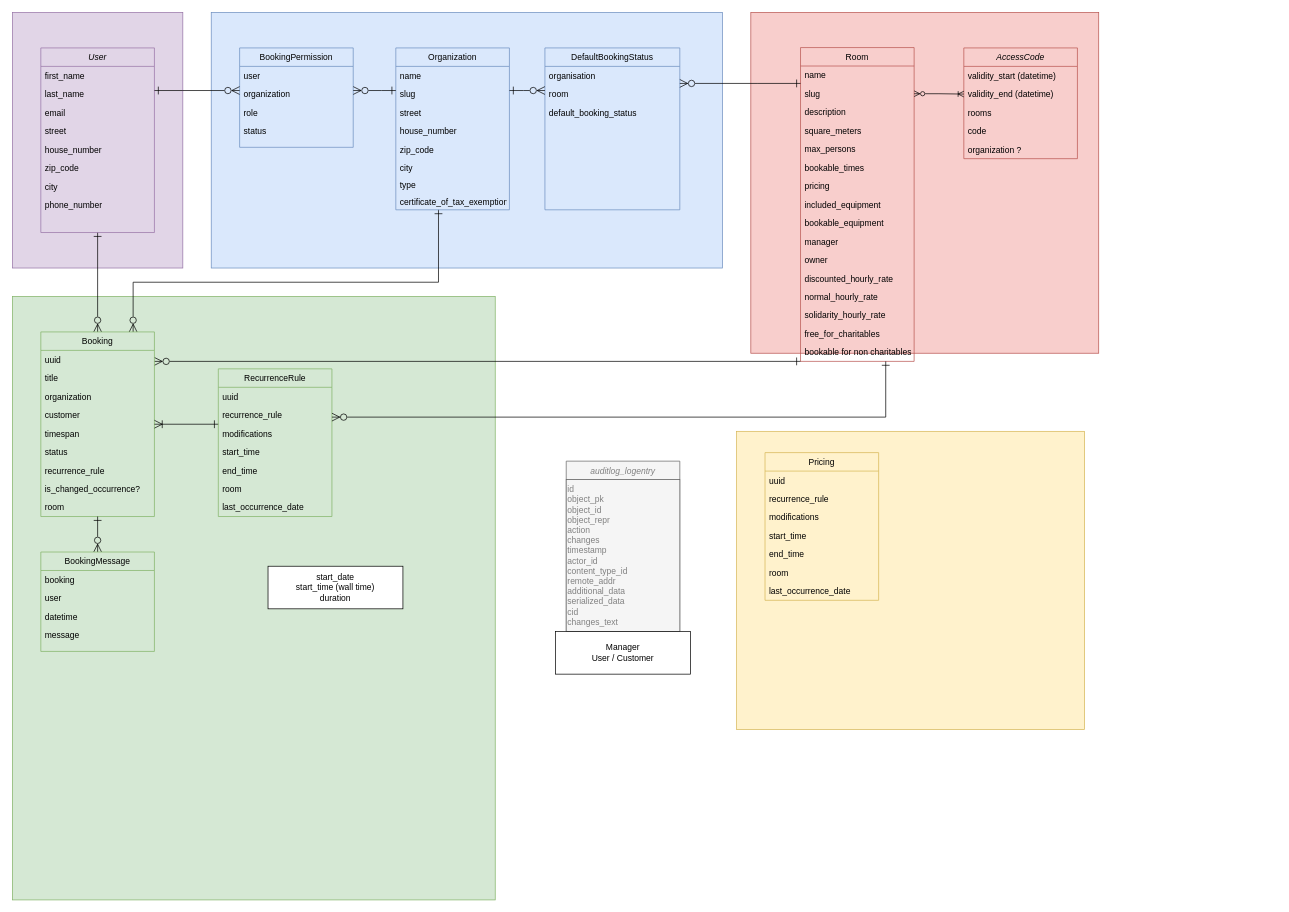
Above: docs/modelling/erd-v1.1.6-pricing.drawio in Haus-des-Engagements/re-sharing (draw.io), before the change. Source tidied: cells renumbered, new cells numbered last; positions are measured from the earlier drawing's top-left corner, leaving out a move shared by most shapes. Both pictures are drawn from the tidied source at 71%, with x=0, y=0 at pixel (12, 12).
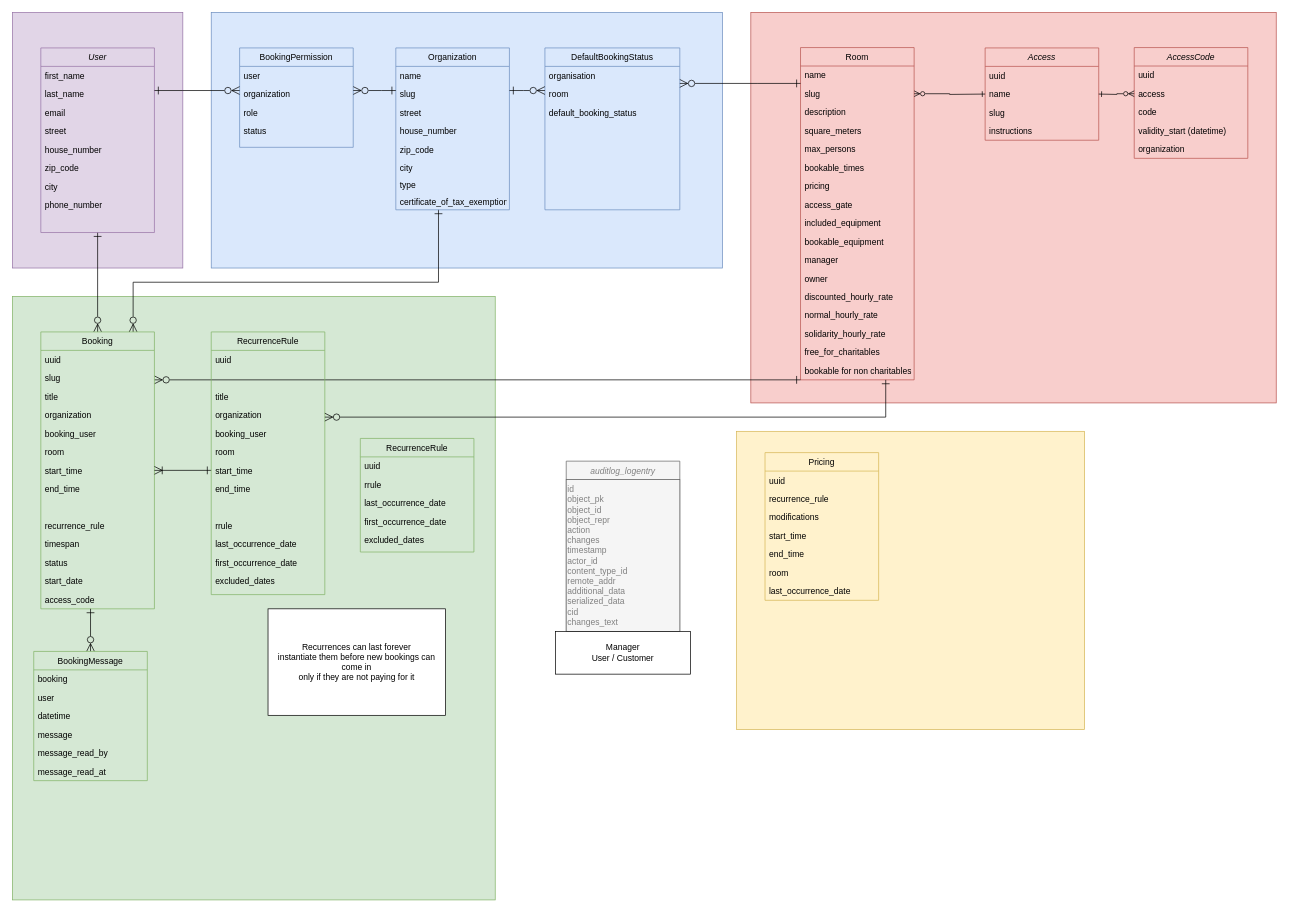
After the change.

The change refers to these unchanged cells:
```xml
<mxCell id="28" value="slug" style="text;align=left;verticalAlign=top;spacingLeft=4;spacingRight=4;overflow=hidden;points=[[0,0.5],[1,0.5]];portConstraint=eastwest;rounded=0;shadow=0;html=0;" parent="26" vertex="1">
  <mxGeometry y="52" width="160" height="26" as="geometry" />
</mxCell>
```

The edit, as a diff of the source:
```diff
@@
     <mxCell id="3" style="whiteSpace=wrap;html=1;fillColor=#f8cecc;strokeColor=#b85450;" parent="1" vertex="1">
-      <mxGeometry x="1040" width="490" height="480" as="geometry" />
+      <mxGeometry x="1040" width="740" height="550" as="geometry" />
     </mxCell>
@@
     <mxCell id="26" value="Room" style="swimlane;fontStyle=0;align=center;verticalAlign=top;horizontal=1;startSize=26;rounded=0;shadow=0;strokeWidth=1;fillColor=#f8cecc;strokeColor=#b85450;" parent="1" vertex="1">
-      <mxGeometry x="1110" y="49.5" width="160" height="442" as="geometry" />
+      <mxGeometry x="1110" y="49.5" width="160" height="468" as="geometry" />
     </mxCell>
@@
+    <mxCell id="103" value="access_gate" style="text;align=left;verticalAlign=top;spacingLeft=4;spacingRight=4;overflow=hidden;rounded=0;shadow=0;html=0;" parent="26" vertex="1">
+      <mxGeometry y="208" width="160" height="26" as="geometry" />
+    </mxCell>
     <mxCell id="34" value="included_equipment" style="text;align=left;verticalAlign=top;spacingLeft=4;spacingRight=4;overflow=hidden;rounded=0;shadow=0;html=0;" parent="26" vertex="1">
-      <mxGeometry y="208" width="160" height="26" as="geometry" />
+      <mxGeometry y="234" width="160" height="26" as="geometry" />
     </mxCell>
     <mxCell id="35" value="bookable_equipment" style="text;align=left;verticalAlign=top;spacingLeft=4;spacingRight=4;overflow=hidden;rounded=0;shadow=0;html=0;" parent="26" vertex="1">
-      <mxGeometry y="234" width="160" height="26" as="geometry" />
+      <mxGeometry y="260" width="160" height="26" as="geometry" />
     </mxCell>
     <mxCell id="36" value="manager" style="text;align=left;verticalAlign=top;spacingLeft=4;spacingRight=4;overflow=hidden;rounded=0;shadow=0;html=0;" parent="26" vertex="1">
-      <mxGeometry y="260" width="160" height="26" as="geometry" />
+      <mxGeometry y="286" width="160" height="26" as="geometry" />
     </mxCell>
     <mxCell id="37" value="owner" style="text;align=left;verticalAlign=top;spacingLeft=4;spacingRight=4;overflow=hidden;rounded=0;shadow=0;html=0;" parent="26" vertex="1">
-      <mxGeometry y="286" width="160" height="26" as="geometry" />
+      <mxGeometry y="312" width="160" height="26" as="geometry" />
     </mxCell>
     <mxCell id="38" value="discounted_hourly_rate" style="text;align=left;verticalAlign=top;spacingLeft=4;spacingRight=4;overflow=hidden;rounded=0;shadow=0;html=0;" parent="26" vertex="1">
-      <mxGeometry y="312" width="160" height="26" as="geometry" />
+      <mxGeometry y="338" width="160" height="26" as="geometry" />
     </mxCell>
     <mxCell id="39" value="normal_hourly_rate" style="text;align=left;verticalAlign=top;spacingLeft=4;spacingRight=4;overflow=hidden;rounded=0;shadow=0;html=0;" parent="26" vertex="1">
-      <mxGeometry y="338" width="160" height="26" as="geometry" />
+      <mxGeometry y="364" width="160" height="26" as="geometry" />
     </mxCell>
     <mxCell id="40" value="solidarity_hourly_rate" style="text;align=left;verticalAlign=top;spacingLeft=4;spacingRight=4;overflow=hidden;rounded=0;shadow=0;html=0;" parent="26" vertex="1">
-      <mxGeometry y="364" width="160" height="26" as="geometry" />
+      <mxGeometry y="390" width="160" height="26" as="geometry" />
     </mxCell>
     <mxCell id="41" value="free_for_charitables" style="text;align=left;verticalAlign=top;spacingLeft=4;spacingRight=4;overflow=hidden;rounded=0;shadow=0;html=0;" parent="26" vertex="1">
-      <mxGeometry y="390" width="160" height="26" as="geometry" />
+      <mxGeometry y="416" width="160" height="26" as="geometry" />
     </mxCell>
     <mxCell id="42" value="bookable for non charitables" style="text;align=left;verticalAlign=top;spacingLeft=4;spacingRight=4;overflow=hidden;rounded=0;shadow=0;html=0;" parent="26" vertex="1">
-      <mxGeometry y="416" width="160" height="26" as="geometry" />
+      <mxGeometry y="442" width="160" height="26" as="geometry" />
     </mxCell>
@@
     <mxCell id="46" value="Booking" style="swimlane;fontStyle=0;align=center;verticalAlign=top;horizontal=1;startSize=26;rounded=0;shadow=0;strokeWidth=1;fillColor=#d5e8d4;strokeColor=#82b366;" parent="1" vertex="1">
-      <mxGeometry x="40" y="450" width="160" height="260" as="geometry" />
+      <mxGeometry x="40" y="450" width="160" height="390" as="geometry" />
     </mxCell>
@@
+    <mxCell id="104" value="slug" style="text;align=left;verticalAlign=top;spacingLeft=4;spacingRight=4;overflow=hidden;" parent="46" vertex="1">
+      <mxGeometry y="52" width="160" height="26" as="geometry" />
+    </mxCell>
     <mxCell id="48" value="title" style="text;align=left;verticalAlign=top;spacingLeft=4;spacingRight=4;overflow=hidden;" parent="46" vertex="1">
-      <mxGeometry y="52" width="160" height="26" as="geometry" />
+      <mxGeometry y="78" width="160" height="26" as="geometry" />
     </mxCell>
     <mxCell id="49" value="organization" style="text;align=left;verticalAlign=top;spacingLeft=4;spacingRight=4;overflow=hidden;" parent="46" vertex="1">
-      <mxGeometry y="78" width="160" height="26" as="geometry" />
+      <mxGeometry y="104" width="160" height="26" as="geometry" />
     </mxCell>
-    <mxCell id="50" value="customer" style="text;align=left;verticalAlign=top;spacingLeft=4;spacingRight=4;overflow=hidden;" parent="46" vertex="1">
-      <mxGeometry y="104" width="160" height="26" as="geometry" />
+    <mxCell id="50" value="booking_user" style="text;align=left;verticalAlign=top;spacingLeft=4;spacingRight=4;overflow=hidden;" parent="46" vertex="1">
+      <mxGeometry y="130" width="160" height="26" as="geometry" />
     </mxCell>
+    <mxCell id="105" value="room" style="text;align=left;verticalAlign=top;spacingLeft=4;spacingRight=4;overflow=hidden;" parent="46" vertex="1">
+      <mxGeometry y="156" width="160" height="26" as="geometry" />
+    </mxCell>
+    <mxCell id="106" value="start_time" style="text;align=left;verticalAlign=top;spacingLeft=4;spacingRight=4;overflow=hidden;" parent="46" vertex="1">
+      <mxGeometry y="182" width="160" height="26" as="geometry" />
+    </mxCell>
+    <mxCell id="107" value="end_time" style="text;align=left;verticalAlign=top;spacingLeft=4;spacingRight=4;overflow=hidden;" parent="46" vertex="1">
+      <mxGeometry y="208" width="160" height="26" as="geometry" />
+    </mxCell>
+    <mxCell id="108" style="text;align=left;verticalAlign=top;spacingLeft=4;spacingRight=4;overflow=hidden;" parent="46" vertex="1">
+      <mxGeometry y="234" width="160" height="26" as="geometry" />
+    </mxCell>
+    <mxCell id="109" value="recurrence_rule" style="text;align=left;verticalAlign=top;spacingLeft=4;spacingRight=4;overflow=hidden;" parent="46" vertex="1">
+      <mxGeometry y="260" width="160" height="26" as="geometry" />
+    </mxCell>
     <mxCell id="51" value="timespan" style="text;align=left;verticalAlign=top;spacingLeft=4;spacingRight=4;overflow=hidden;rounded=0;shadow=0;html=0;" parent="46" vertex="1">
-      <mxGeometry y="130" width="160" height="26" as="geometry" />
+      <mxGeometry y="286" width="160" height="26" as="geometry" />
     </mxCell>
     <mxCell id="52" value="status&#10;" style="text;align=left;verticalAlign=top;spacingLeft=4;spacingRight=4;overflow=hidden;rounded=0;shadow=0;html=0;" parent="46" vertex="1">
-      <mxGeometry y="156" width="160" height="26" as="geometry" />
+      <mxGeometry y="312" width="160" height="26" as="geometry" />
     </mxCell>
-    <mxCell id="53" value="recurrence_rule" style="text;align=left;verticalAlign=top;spacingLeft=4;spacingRight=4;overflow=hidden;rounded=0;shadow=0;html=0;" parent="46" vertex="1">
-      <mxGeometry y="182" width="160" height="26" as="geometry" />
-    </mxCell>
-    <mxCell id="54" value="is_changed_occurrence?" style="text;align=left;verticalAlign=top;spacingLeft=4;spacingRight=4;overflow=hidden;rounded=0;shadow=0;html=0;" parent="46" vertex="1">
-      <mxGeometry y="208" width="160" height="26" as="geometry" />
-    </mxCell>
-    <mxCell id="55" value="room" style="text;align=left;verticalAlign=top;spacingLeft=4;spacingRight=4;overflow=hidden;rounded=0;shadow=0;html=0;" parent="46" vertex="1">
-      <mxGeometry y="234" width="160" height="26" as="geometry" />
-    </mxCell>
+    <mxCell id="110" value="start_date" style="text;align=left;verticalAlign=top;spacingLeft=4;spacingRight=4;overflow=hidden;rounded=0;shadow=0;html=0;" parent="46" vertex="1">
+      <mxGeometry y="338" width="160" height="26" as="geometry" />
+    </mxCell>
+    <mxCell id="111" value="access_code" style="text;align=left;verticalAlign=top;spacingLeft=4;spacingRight=4;overflow=hidden;rounded=0;shadow=0;html=0;" parent="46" vertex="1">
+      <mxGeometry y="364" width="160" height="26" as="geometry" />
+    </mxCell>
@@
     <mxCell id="58" value="BookingMessage" style="swimlane;fontStyle=0;align=center;verticalAlign=top;horizontal=1;startSize=26;rounded=0;shadow=0;strokeWidth=1;fillColor=#d5e8d4;strokeColor=#82b366;" parent="1" vertex="1">
-      <mxGeometry x="40" y="760" width="160" height="140" as="geometry" />
+      <mxGeometry x="30" y="900" width="160" height="182" as="geometry" />
     </mxCell>
@@
+    <mxCell id="112" value="message_read_by" style="text;align=left;verticalAlign=top;spacingLeft=4;spacingRight=4;overflow=hidden;rounded=0;shadow=0;html=0;" parent="58" vertex="1">
+      <mxGeometry y="130" width="160" height="26" as="geometry" />
+    </mxCell>
+    <mxCell id="113" value="message_read_at" style="text;align=left;verticalAlign=top;spacingLeft=4;spacingRight=4;overflow=hidden;rounded=0;shadow=0;html=0;" parent="58" vertex="1">
+      <mxGeometry y="156" width="160" height="26" as="geometry" />
+    </mxCell>
@@
-    <mxCell id="77" value="AccessCode" style="swimlane;fontStyle=2;align=center;verticalAlign=top;horizontal=1;startSize=26;rounded=0;shadow=0;strokeWidth=1;fillColor=#f8cecc;strokeColor=#b85450;" parent="1" vertex="1">
-      <mxGeometry x="1340" y="50" width="160" height="156" as="geometry" />
-    </mxCell>
-    <mxCell id="78" value="validity_start (datetime)" style="text;align=left;verticalAlign=top;spacingLeft=4;spacingRight=4;overflow=hidden;" parent="77" vertex="1">
-      <mxGeometry y="26" width="160" height="26" as="geometry" />
-    </mxCell>
-    <mxCell id="79" value="validity_end (datetime)" style="text;align=left;verticalAlign=top;spacingLeft=4;spacingRight=4;overflow=hidden;points=[[0,0.5],[1,0.5]];portConstraint=eastwest;rounded=0;shadow=0;html=0;" parent="77" vertex="1">
-      <mxGeometry y="52" width="160" height="26" as="geometry" />
-    </mxCell>
-    <mxCell id="80" value="rooms" style="text;align=left;verticalAlign=top;spacingLeft=4;spacingRight=4;overflow=hidden;rounded=0;shadow=0;html=0;" parent="77" vertex="1">
-      <mxGeometry y="78" width="160" height="26" as="geometry" />
-    </mxCell>
-    <mxCell id="81" value="code" style="text;align=left;verticalAlign=top;spacingLeft=4;spacingRight=4;overflow=hidden;rounded=0;shadow=0;html=0;" parent="77" vertex="1">
-      <mxGeometry y="104" width="160" height="26" as="geometry" />
-    </mxCell>
-    <mxCell id="82" value="organization ?" style="text;align=left;verticalAlign=top;spacingLeft=4;spacingRight=4;overflow=hidden;rounded=0;shadow=0;html=0;" parent="77" vertex="1">
-      <mxGeometry y="130" width="160" height="26" as="geometry" />
-    </mxCell>
-    <mxCell id="83" style="edgeStyle=orthogonalEdgeStyle;rounded=0;jettySize=auto;html=1;startArrow=ERzeroToMany;startFill=0;endArrow=ERoneToMany;endFill=0;" parent="1" edge="1" source="28" target="79">
-      <mxGeometry relative="1" as="geometry" />
-    </mxCell>
     <mxCell id="84" value="RecurrenceRule" style="swimlane;fontStyle=0;align=center;verticalAlign=top;horizontal=1;startSize=26;rounded=0;shadow=0;strokeWidth=1;fillColor=#d5e8d4;strokeColor=#82b366;" parent="1" vertex="1">
-      <mxGeometry x="290" y="502" width="160" height="208" as="geometry" />
+      <mxGeometry x="280" y="450" width="160" height="370" as="geometry" />
     </mxCell>
@@
-    <mxCell id="86" value="recurrence_rule" style="text;align=left;verticalAlign=top;spacingLeft=4;spacingRight=4;overflow=hidden;rounded=0;shadow=0;html=0;" parent="84" vertex="1">
-      <mxGeometry y="52" width="160" height="26" as="geometry" />
-    </mxCell>
-    <mxCell id="87" value="modifications" style="text;align=left;verticalAlign=top;spacingLeft=4;spacingRight=4;overflow=hidden;rounded=0;shadow=0;html=0;" parent="84" vertex="1">
-      <mxGeometry y="78" width="160" height="26" as="geometry" />
-    </mxCell>
-    <mxCell id="88" value="start_time" style="text;align=left;verticalAlign=top;spacingLeft=4;spacingRight=4;overflow=hidden;rounded=0;shadow=0;html=0;" parent="84" vertex="1">
-      <mxGeometry y="104" width="160" height="26" as="geometry" />
-    </mxCell>
-    <mxCell id="89" value="end_time" style="text;align=left;verticalAlign=top;spacingLeft=4;spacingRight=4;overflow=hidden;rounded=0;shadow=0;html=0;" parent="84" vertex="1">
-      <mxGeometry y="130" width="160" height="26" as="geometry" />
-    </mxCell>
-    <mxCell id="90" value="room" style="text;align=left;verticalAlign=top;spacingLeft=4;spacingRight=4;overflow=hidden;rounded=0;shadow=0;html=0;" parent="84" vertex="1">
-      <mxGeometry y="156" width="160" height="26" as="geometry" />
-    </mxCell>
+    <mxCell id="114" style="text;align=left;verticalAlign=top;spacingLeft=4;spacingRight=4;overflow=hidden;" parent="84" vertex="1">
+      <mxGeometry y="52" width="160" height="26" as="geometry" />
+    </mxCell>
+    <mxCell id="115" value="title" style="text;align=left;verticalAlign=top;spacingLeft=4;spacingRight=4;overflow=hidden;" parent="84" vertex="1">
+      <mxGeometry y="78" width="160" height="26" as="geometry" />
+    </mxCell>
+    <mxCell id="116" value="organization" style="text;align=left;verticalAlign=top;spacingLeft=4;spacingRight=4;overflow=hidden;" parent="84" vertex="1">
+      <mxGeometry y="104" width="160" height="26" as="geometry" />
+    </mxCell>
+    <mxCell id="117" value="booking_user" style="text;align=left;verticalAlign=top;spacingLeft=4;spacingRight=4;overflow=hidden;" parent="84" vertex="1">
+      <mxGeometry y="130" width="160" height="26" as="geometry" />
+    </mxCell>
+    <mxCell id="118" value="room" style="text;align=left;verticalAlign=top;spacingLeft=4;spacingRight=4;overflow=hidden;" parent="84" vertex="1">
+      <mxGeometry y="156" width="160" height="26" as="geometry" />
+    </mxCell>
+    <mxCell id="119" value="start_time" style="text;align=left;verticalAlign=top;spacingLeft=4;spacingRight=4;overflow=hidden;" parent="84" vertex="1">
+      <mxGeometry y="182" width="160" height="26" as="geometry" />
+    </mxCell>
+    <mxCell id="120" value="end_time" style="text;align=left;verticalAlign=top;spacingLeft=4;spacingRight=4;overflow=hidden;" parent="84" vertex="1">
+      <mxGeometry y="208" width="160" height="26" as="geometry" />
+    </mxCell>
+    <mxCell id="121" style="text;align=left;verticalAlign=top;spacingLeft=4;spacingRight=4;overflow=hidden;" parent="84" vertex="1">
+      <mxGeometry y="234" width="160" height="26" as="geometry" />
+    </mxCell>
+    <mxCell id="122" value="rrule" style="text;align=left;verticalAlign=top;spacingLeft=4;spacingRight=4;overflow=hidden;" parent="84" vertex="1">
+      <mxGeometry y="260" width="160" height="26" as="geometry" />
+    </mxCell>
     <mxCell id="91" value="last_occurrence_date" style="text;align=left;verticalAlign=top;spacingLeft=4;spacingRight=4;overflow=hidden;rounded=0;shadow=0;html=0;" parent="84" vertex="1">
-      <mxGeometry y="182" width="160" height="26" as="geometry" />
+      <mxGeometry y="286" width="160" height="26" as="geometry" />
     </mxCell>
+    <mxCell id="123" value="first_occurrence_date" style="text;align=left;verticalAlign=top;spacingLeft=4;spacingRight=4;overflow=hidden;rounded=0;shadow=0;html=0;" parent="84" vertex="1">
+      <mxGeometry y="312" width="160" height="26" as="geometry" />
+    </mxCell>
+    <mxCell id="124" value="excluded_dates" style="text;align=left;verticalAlign=top;spacingLeft=4;spacingRight=4;overflow=hidden;rounded=0;shadow=0;html=0;" parent="84" vertex="1">
+      <mxGeometry y="338" width="160" height="26" as="geometry" />
+    </mxCell>
@@
-    <mxCell id="102" value="start_date&lt;br&gt;start_time (wall time)&lt;br&gt;duration" style="rounded=0;whiteSpace=wrap;html=1;" parent="1" vertex="1">
-      <mxGeometry x="360" y="780" width="190" height="60" as="geometry" />
-    </mxCell>
+    <mxCell id="125" value="Access" style="swimlane;fontStyle=2;align=center;verticalAlign=top;horizontal=1;startSize=26;rounded=0;shadow=0;strokeWidth=1;fillColor=#f8cecc;strokeColor=#b85450;" parent="1" vertex="1">
+      <mxGeometry x="1370" y="50" width="160" height="130" as="geometry" />
+    </mxCell>
+    <mxCell id="126" value="uuid" style="text;align=left;verticalAlign=top;spacingLeft=4;spacingRight=4;overflow=hidden;" parent="125" vertex="1">
+      <mxGeometry y="26" width="160" height="26" as="geometry" />
+    </mxCell>
+    <mxCell id="127" value="name" style="text;align=left;verticalAlign=top;spacingLeft=4;spacingRight=4;overflow=hidden;" parent="125" vertex="1">
+      <mxGeometry y="52" width="160" height="26" as="geometry" />
+    </mxCell>
+    <mxCell id="128" value="slug" style="text;align=left;verticalAlign=top;spacingLeft=4;spacingRight=4;overflow=hidden;" parent="125" vertex="1">
+      <mxGeometry y="78" width="160" height="26" as="geometry" />
+    </mxCell>
+    <mxCell id="129" value="instructions" style="text;align=left;verticalAlign=top;spacingLeft=4;spacingRight=4;overflow=hidden;" parent="125" vertex="1">
+      <mxGeometry y="104" width="160" height="26" as="geometry" />
+    </mxCell>
+    <mxCell id="130" style="edgeStyle=orthogonalEdgeStyle;rounded=0;jettySize=auto;html=1;startArrow=ERzeroToMany;startFill=0;endArrow=ERone;endFill=0;" parent="1" edge="1" source="28">
+      <mxGeometry relative="1" as="geometry">
+        <mxPoint x="1370" y="115" as="targetPoint" />
+      </mxGeometry>
+    </mxCell>
+    <mxCell id="77" value="AccessCode" style="swimlane;fontStyle=2;align=center;verticalAlign=top;horizontal=1;startSize=26;rounded=0;shadow=0;strokeWidth=1;fillColor=#f8cecc;strokeColor=#b85450;" parent="1" vertex="1">
+      <mxGeometry x="1580" y="49.5" width="160" height="156" as="geometry" />
+    </mxCell>
+    <mxCell id="131" value="uuid" style="text;align=left;verticalAlign=top;spacingLeft=4;spacingRight=4;overflow=hidden;" parent="77" vertex="1">
+      <mxGeometry y="26" width="160" height="26" as="geometry" />
+    </mxCell>
+    <mxCell id="132" value="access" style="text;align=left;verticalAlign=top;spacingLeft=4;spacingRight=4;overflow=hidden;points=[[0,0.5],[1,0.5]];portConstraint=eastwest;rounded=0;shadow=0;html=0;" parent="77" vertex="1">
+      <mxGeometry y="52" width="160" height="26" as="geometry" />
+    </mxCell>
+    <mxCell id="81" value="code" style="text;align=left;verticalAlign=top;spacingLeft=4;spacingRight=4;overflow=hidden;rounded=0;shadow=0;html=0;" parent="77" vertex="1">
+      <mxGeometry y="78" width="160" height="26" as="geometry" />
+    </mxCell>
+    <mxCell id="78" value="validity_start (datetime)" style="text;align=left;verticalAlign=top;spacingLeft=4;spacingRight=4;overflow=hidden;" parent="77" vertex="1">
+      <mxGeometry y="104" width="160" height="26" as="geometry" />
+    </mxCell>
+    <mxCell id="133" value="organization" style="text;align=left;verticalAlign=top;spacingLeft=4;spacingRight=4;overflow=hidden;rounded=0;shadow=0;html=0;" parent="77" vertex="1">
+      <mxGeometry y="130" width="160" height="26" as="geometry" />
+    </mxCell>
+    <mxCell id="134" style="edgeStyle=orthogonalEdgeStyle;rounded=0;jettySize=auto;html=1;startArrow=ERone;startFill=0;endArrow=ERzeroToMany;endFill=0;entryX=0;entryY=0.5;entryDx=0;entryDy=0;" parent="1" edge="1" target="132">
+      <mxGeometry relative="1" as="geometry">
+        <mxPoint x="1530" y="115" as="sourcePoint" />
+      </mxGeometry>
+    </mxCell>
+    <mxCell id="135" value="RecurrenceRule" style="swimlane;fontStyle=0;align=center;verticalAlign=top;horizontal=1;startSize=26;rounded=0;shadow=0;strokeWidth=1;fillColor=#d5e8d4;strokeColor=#82b366;" parent="1" vertex="1">
+      <mxGeometry x="490" y="600" width="160" height="160" as="geometry" />
+    </mxCell>
+    <mxCell id="136" value="uuid" style="text;align=left;verticalAlign=top;spacingLeft=4;spacingRight=4;overflow=hidden;" parent="135" vertex="1">
+      <mxGeometry y="26" width="160" height="26" as="geometry" />
+    </mxCell>
+    <mxCell id="137" value="rrule" style="text;align=left;verticalAlign=top;spacingLeft=4;spacingRight=4;overflow=hidden;" parent="135" vertex="1">
+      <mxGeometry y="52" width="160" height="26" as="geometry" />
+    </mxCell>
+    <mxCell id="138" value="last_occurrence_date" style="text;align=left;verticalAlign=top;spacingLeft=4;spacingRight=4;overflow=hidden;rounded=0;shadow=0;html=0;" parent="135" vertex="1">
+      <mxGeometry y="78" width="160" height="26" as="geometry" />
+    </mxCell>
+    <mxCell id="139" value="first_occurrence_date" style="text;align=left;verticalAlign=top;spacingLeft=4;spacingRight=4;overflow=hidden;rounded=0;shadow=0;html=0;" parent="135" vertex="1">
+      <mxGeometry y="104" width="160" height="26" as="geometry" />
+    </mxCell>
+    <mxCell id="140" value="excluded_dates" style="text;align=left;verticalAlign=top;spacingLeft=4;spacingRight=4;overflow=hidden;rounded=0;shadow=0;html=0;" parent="135" vertex="1">
+      <mxGeometry y="130" width="160" height="26" as="geometry" />
+    </mxCell>
+    <mxCell id="141" value="Recurrences can last forever&lt;div&gt;instantiate them before new bookings can come in&lt;/div&gt;&lt;div&gt;only if they are not paying for it&lt;/div&gt;" style="rounded=0;whiteSpace=wrap;html=1;" parent="1" vertex="1">
+      <mxGeometry x="360" y="840" width="250" height="150" as="geometry" />
+    </mxCell>
```
